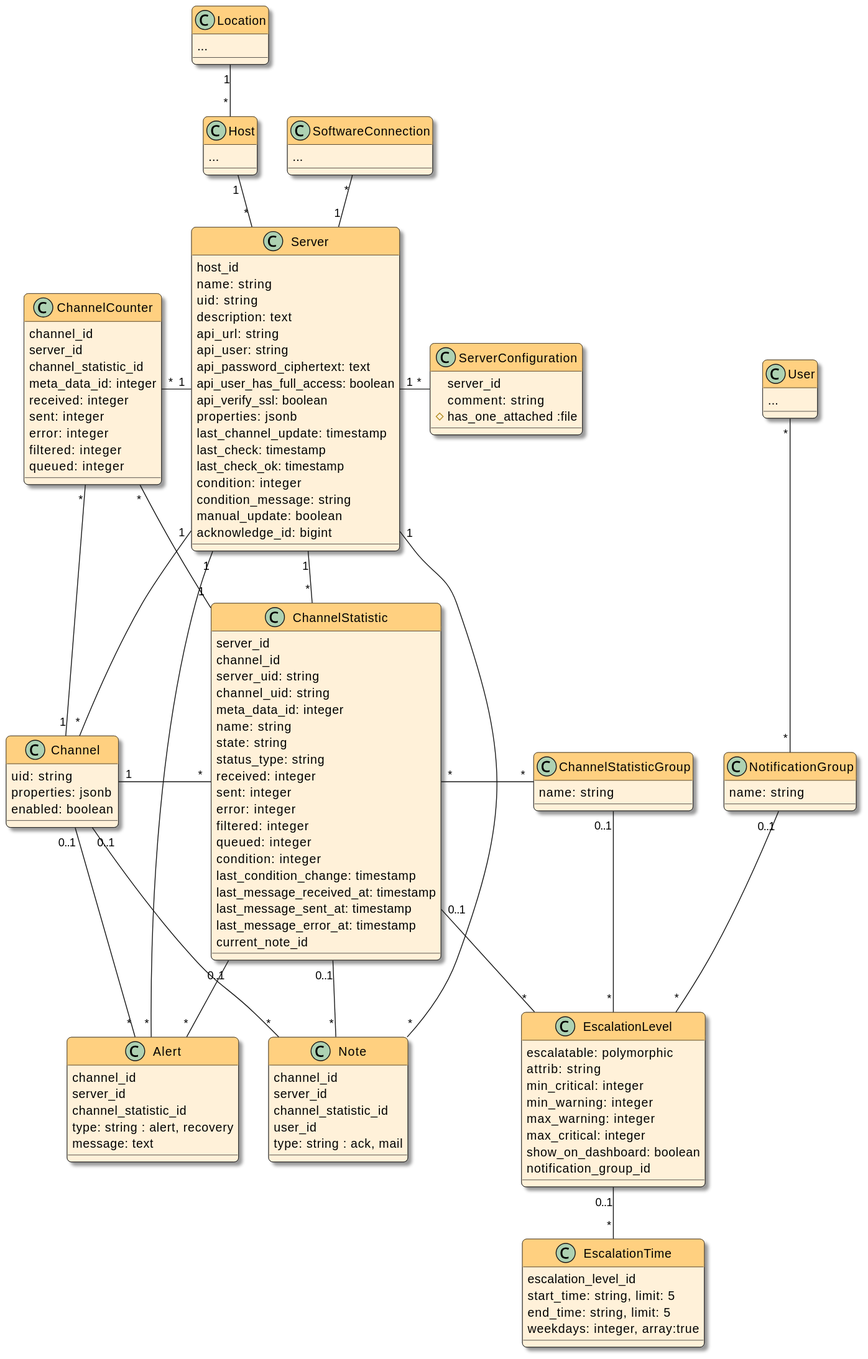
The PlantUML diagram docs/devnotes/_images/models.svg in swobspace/mirco, before a commit.
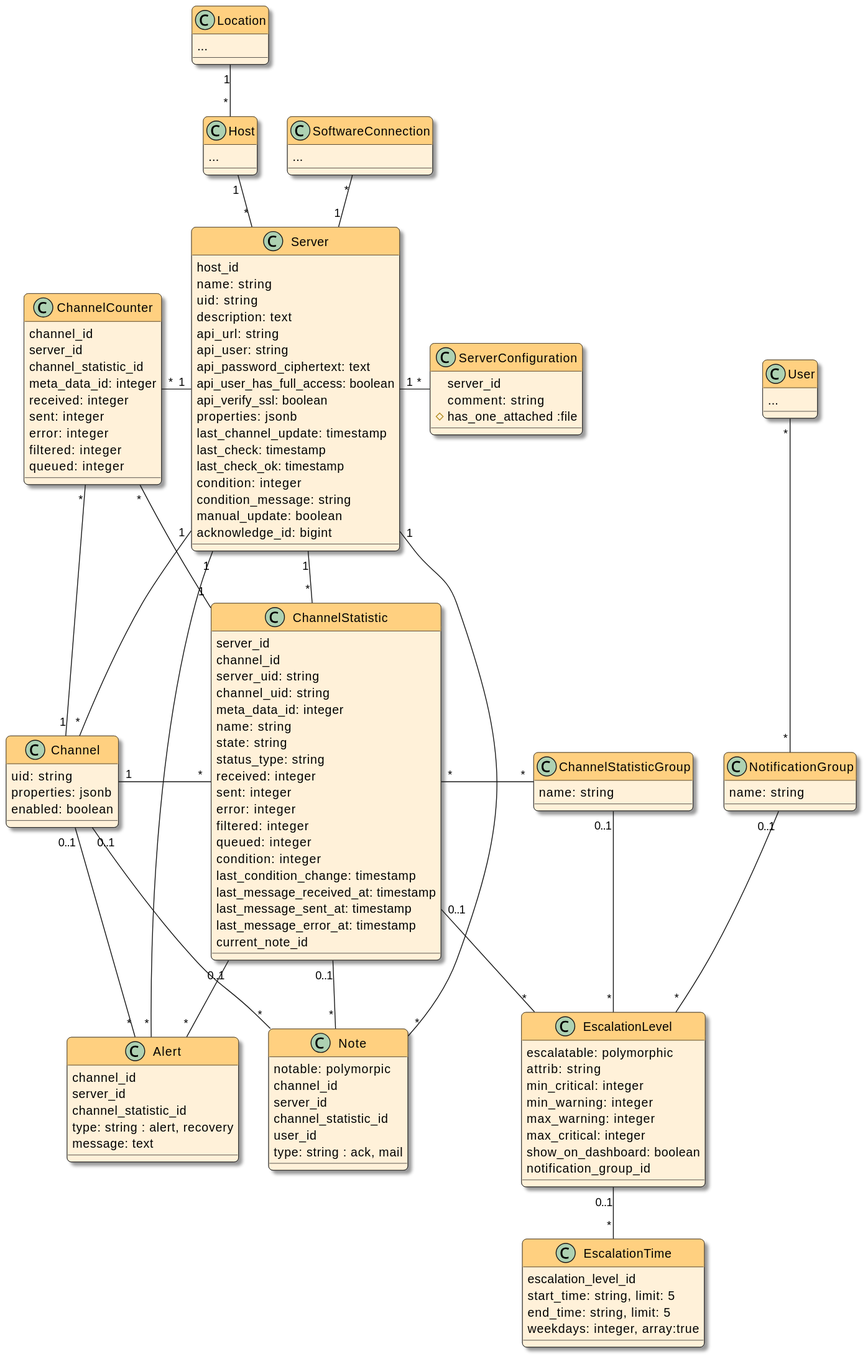
The same diagram one commit later.

Commit message:
starting with notable, not functional yet

Change to the diagram source:
```diff
@@ -90,6 +90,7 @@
 }
 
 class Note {
+  notable: polymorpic
   channel_id
   server_id
   channel_statistic_id
```
